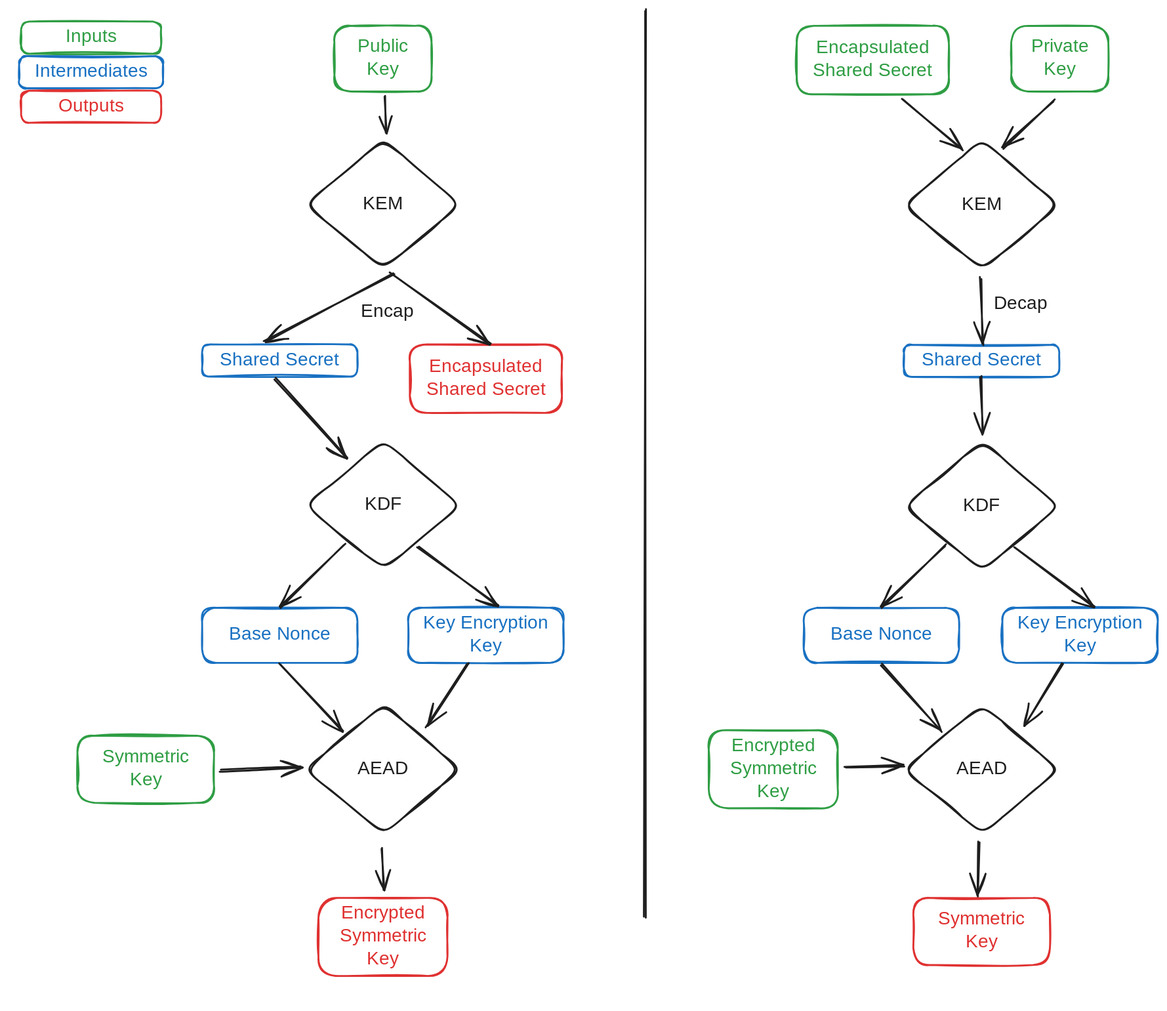
Earlier version of the Excalidraw export doc/media/RecordingControl/hpkeEncryption.excalidraw.svg (ocampana/specs). Source tidied: one line per element, renumbered; positions are measured from the earlier drawing's top-left corner, leaving out a move shared by most shapes.
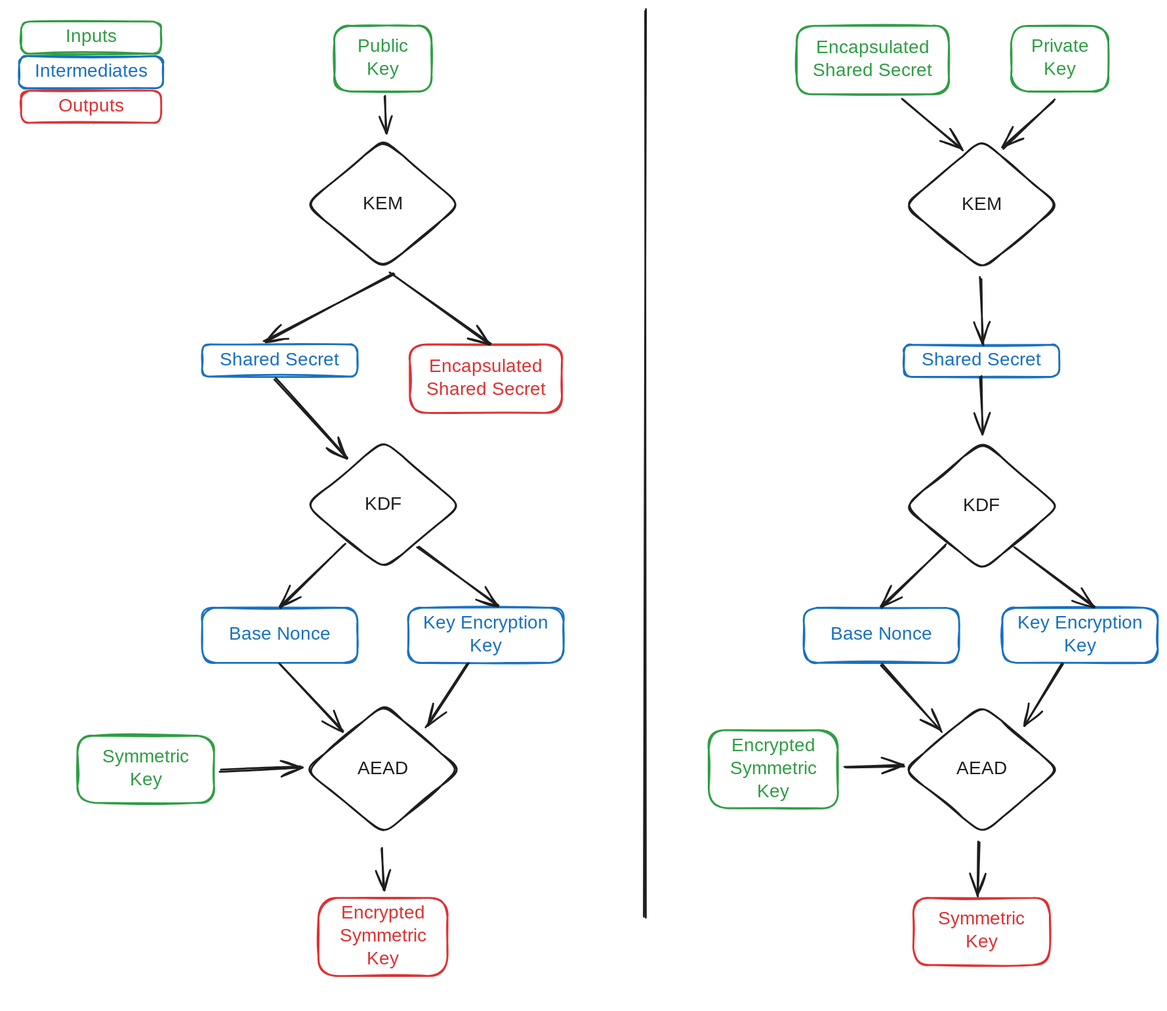
Above is the later version.

The edit, as a diff of the source:
```diff
@@ -15,7 +15,6 @@
 {"id": 14, "type": "diamond", "strokeColor": "#1e1e1e", "strokeWidth": 2, "roughness": 1, "round": true, "x": 312, "y": 468, "width": 169, "height": 141}
 {"id": 15, "type": "text", "text": "KDF", "strokeColor": "#1e1e1e", "strokeWidth": 2, "roughness": 1, "fontSize": 20, "fontFamily": 5, "textAlign": "center", "verticalAlign": "middle", "inside": 14, "x": 375, "y": 527, "width": 41, "height": 25}
 {"id": 16, "type": "arrow", "strokeColor": "#1e1e1e", "strokeWidth": 2, "roughness": 1, "endArrowhead": "arrow", "round": true, "from": 0, "to": 12, "x": 399, "y": 94, "width": 1, "height": 40, "points": [[0, 0], [1, 40]]}
-{"id": 17, "type": "text", "text": "Encap", "strokeColor": "#1e1e1e", "strokeWidth": 2, "roughness": 1, "fontSize": 20, "fontFamily": 5, "x": 372, "y": 316, "width": 57, "height": 25}
 {"id": 18, "type": "arrow", "strokeColor": "#1e1e1e", "strokeWidth": 2, "roughness": 1, "endArrowhead": "arrow", "round": true, "from": 4, "to": 14, "x": 279, "y": 401, "width": 78, "height": 87, "points": [[0, 0], [78, 87]]}
 {"id": 19, "type": "rectangle", "strokeColor": "#1971c2", "strokeWidth": 2, "roughness": 1, "round": true, "x": 424, "y": 651, "width": 169, "height": 60}
 {"id": 20, "type": "text", "text": "Key Encryption\nKey", "strokeColor": "#1971c2", "strokeWidth": 2, "roughness": 1, "fontSize": 20, "fontFamily": 5, "textAlign": "center", "verticalAlign": "middle", "inside": 19, "x": 436, "y": 656, "width": 144, "height": 50}
@@ -41,7 +40,6 @@
 {"id": 40, "type": "rectangle", "strokeColor": "#1971c2", "strokeWidth": 2, "roughness": 1, "round": true, "x": 964, "y": 364, "width": 169, "height": 35}
 {"id": 41, "type": "text", "text": "Shared Secret", "strokeColor": "#1971c2", "strokeWidth": 2, "roughness": 1, "fontSize": 20, "fontFamily": 5, "textAlign": "center", "verticalAlign": "middle", "inside": 40, "x": 980, "y": 369, "width": 137, "height": 25}
 {"id": 42, "type": "arrow", "strokeColor": "#1e1e1e", "strokeWidth": 2, "roughness": 1, "endArrowhead": "arrow", "round": true, "from": 36, "to": 40, "x": 1047, "y": 291, "width": 3, "height": 73, "points": [[0, 0], [3, 73]]}
-{"id": 43, "type": "text", "text": "Decap", "strokeColor": "#1e1e1e", "strokeWidth": 2, "roughness": 1, "fontSize": 20, "fontFamily": 5, "x": 1061, "y": 308, "width": 59, "height": 25}
 {"id": 44, "type": "diamond", "strokeColor": "#1e1e1e", "strokeWidth": 2, "roughness": 1, "round": true, "x": 964, "y": 756, "width": 169, "height": 141}
 {"id": 45, "type": "text", "text": "AEAD", "strokeColor": "#1e1e1e", "strokeWidth": 2, "roughness": 1, "fontSize": 20, "fontFamily": 5, "textAlign": "center", "verticalAlign": "middle", "inside": 44, "x": 1020, "y": 814, "width": 56, "height": 25}
 {"id": 46, "type": "diamond", "strokeColor": "#1e1e1e", "strokeWidth": 2, "roughness": 1, "round": true, "x": 964, "y": 469, "width": 169, "height": 141}
```
